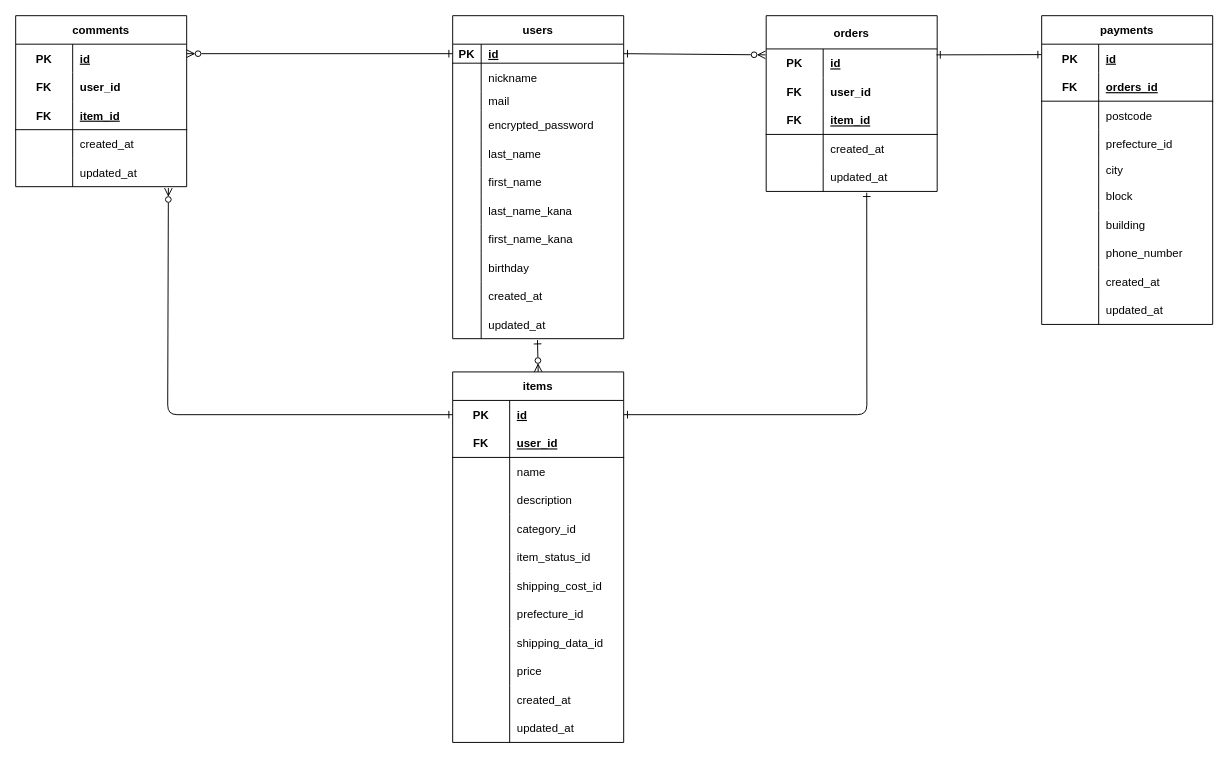
Above: furima.dio in daitomoyumiharu/furima-39479 (draw.io), before the change. Source tidied: cells renumbered, new cells numbered last; positions are measured from the earlier drawing's top-left corner, leaving out a move shared by most shapes. Both pictures are drawn from the tidied source at 95%, with x=0, y=0 at pixel (15, 15).
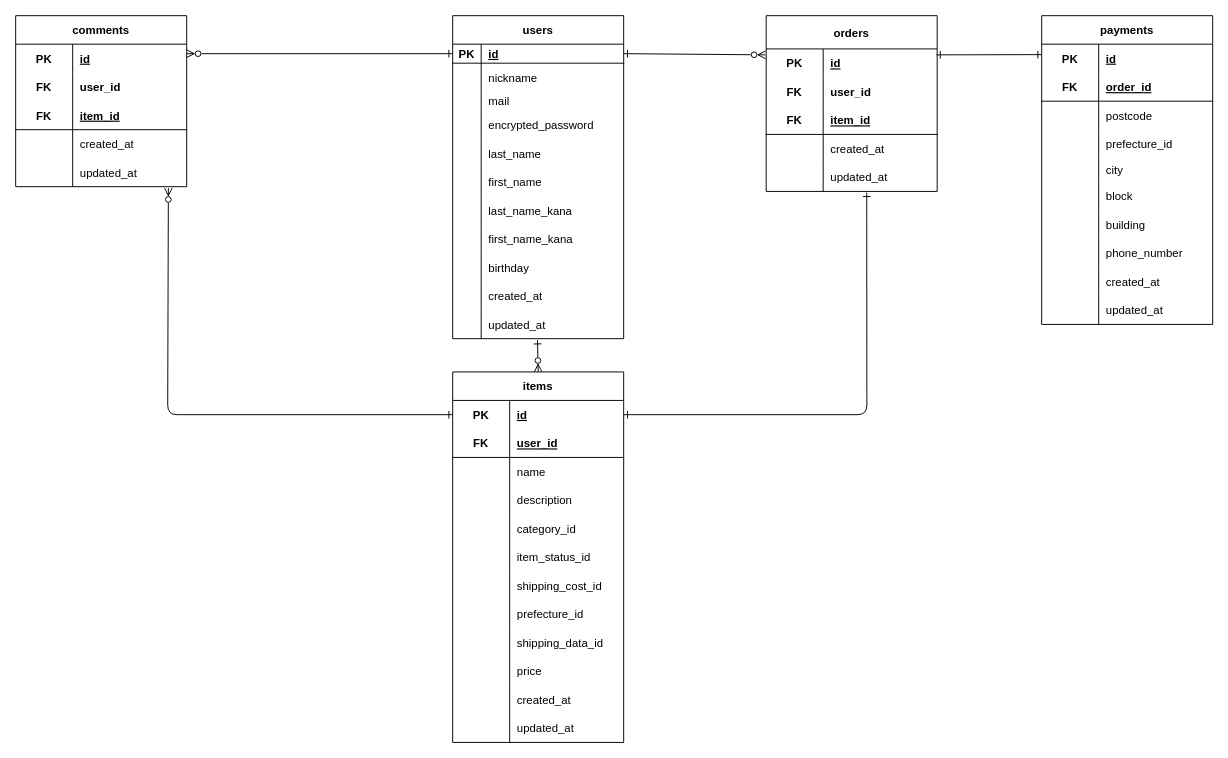
The same page after the edit.

Commit message (it also covers changes not shown here):
REDME及びER図の修正

The change refers to these unchanged cells:
```xml
<mxCell id="94" style="shape=tableRow;horizontal=0;startSize=0;swimlaneHead=0;swimlaneBody=0;fillColor=none;top=0;left=0;right=0;bottom=1;" parent="90" vertex="1">
  <mxGeometry y="60" width="180" height="30" as="geometry" />
</mxCell>
```

What changed in the source:
```diff
@@
-    <mxCell id="96" value="orders_id" style="shape=partialRectangle;fillColor=none;top=0;left=0;bottom=0;right=0;align=left;spacingLeft=6;fontStyle=5;overflow=hidden;" parent="94" vertex="1">
+    <mxCell id="96" value="order_id" style="shape=partialRectangle;fillColor=none;top=0;left=0;bottom=0;right=0;align=left;spacingLeft=6;fontStyle=5;overflow=hidden;" parent="94" vertex="1">
       <mxGeometry x="60" width="120" height="30" as="geometry" />
     </mxCell>
```
